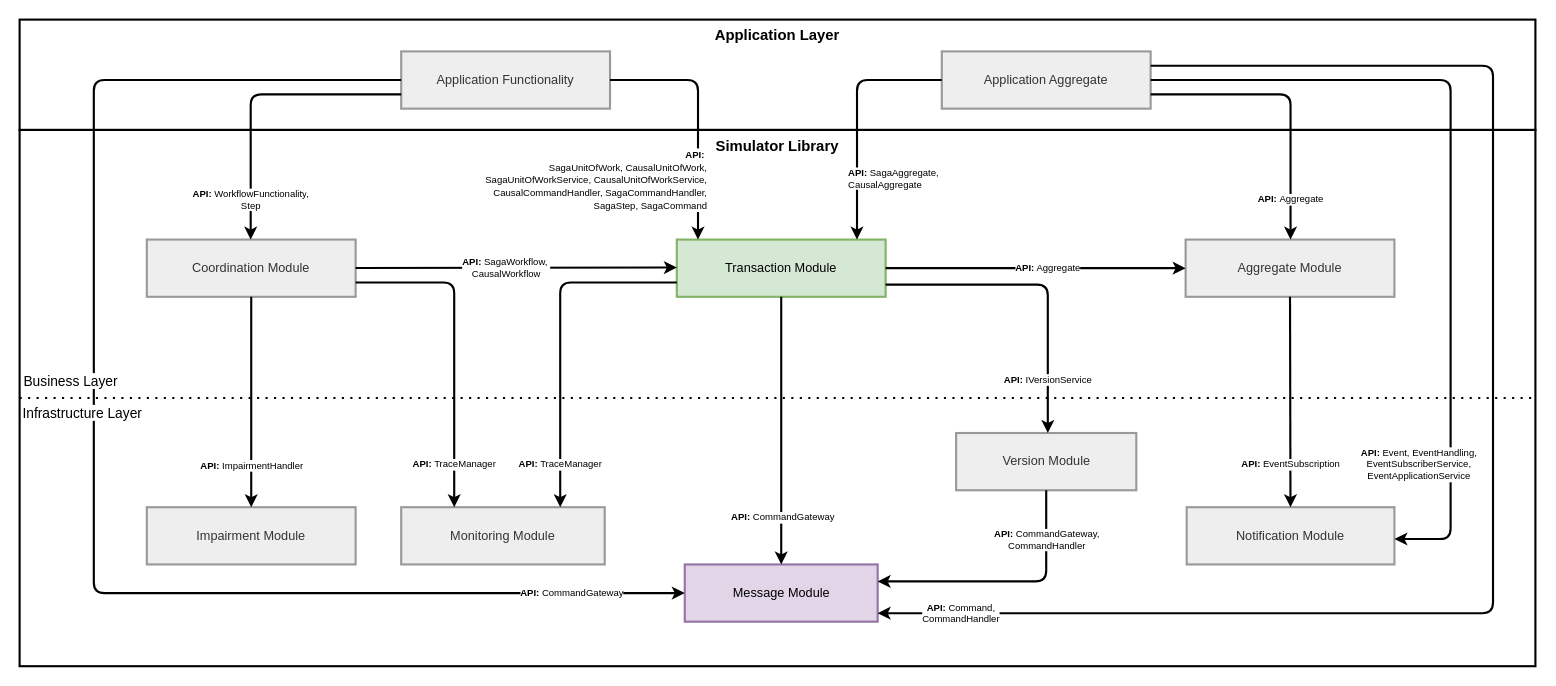
Above: data/figs/architecture/layers/layers_with_apis.drawio in socialsoftware/microservices-simulator (draw.io), before the change. Source tidied: cells renumbered, new cells numbered last; positions are measured from the earlier drawing's top-left corner, leaving out a move shared by most shapes. Both pictures are drawn from the tidied source at 106%, with x=0, y=0 at pixel (19, 19).
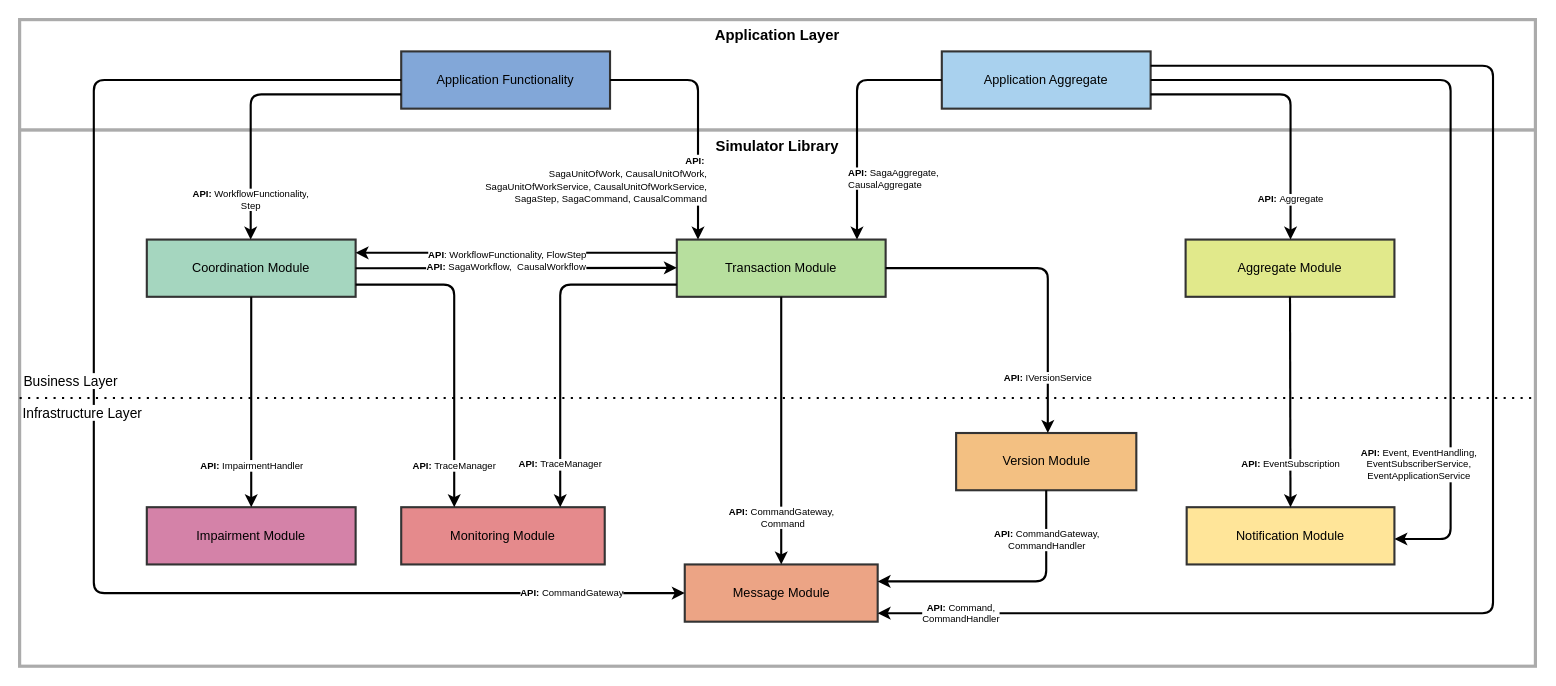
Above is the later version.

Diff of the diagram source:
```diff
@@
-    <mxCell id="2" value="Simulator Library" style="whiteSpace=wrap;strokeWidth=2;verticalAlign=top;textShadow=0;fontStyle=1;fillStyle=auto;fontSize=14;gradientColor=none;rounded=0;glass=0;shadow=0;labelBackgroundColor=none;labelBorderColor=none;" parent="1" vertex="1">
+    <mxCell id="2" value="Simulator Library" style="whiteSpace=wrap;strokeWidth=3;verticalAlign=top;textShadow=0;fontStyle=1;fillStyle=auto;fontSize=14;gradientColor=none;rounded=0;glass=0;shadow=0;labelBackgroundColor=none;labelBorderColor=none;strokeColor=#ABABAB;" parent="1" vertex="1">
       <mxGeometry y="104" width="1430" height="506" as="geometry" />
     </mxCell>
-    <mxCell id="3" value="Application Layer" style="whiteSpace=wrap;strokeWidth=2;verticalAlign=top;fontStyle=1;fontSize=14;labelBorderColor=none;labelBackgroundColor=none;textShadow=0;" parent="1" vertex="1">
+    <mxCell id="3" value="Application Layer" style="whiteSpace=wrap;strokeWidth=3;verticalAlign=top;fontStyle=1;fontSize=14;labelBorderColor=none;labelBackgroundColor=none;textShadow=0;strokeColor=light-dark(#ABABAB,#484848);" parent="1" vertex="1">
       <mxGeometry width="1430" height="104" as="geometry" />
     </mxCell>
-    <mxCell id="4" value="Application Functionality" style="whiteSpace=wrap;strokeWidth=2;fillColor=light-dark(#eeeeee,#1f2020);strokeColor=light-dark(#999999,#cccccc);fontColor=light-dark(#333333,#cccccc);labelBackgroundColor=none;labelBorderColor=none;textShadow=0;" parent="1" vertex="1">
+    <mxCell id="4" value="Application Functionality" style="whiteSpace=wrap;strokeWidth=2;fillColor=#82A7D8;strokeColor=#333333;labelBackgroundColor=none;labelBorderColor=none;textShadow=0;" parent="1" vertex="1">
       <mxGeometry x="360" y="30" width="197" height="54" as="geometry" />
     </mxCell>
-    <mxCell id="5" value="Application Aggregate" style="whiteSpace=wrap;strokeWidth=2;fillColor=light-dark(#eeeeee,#1f2020);strokeColor=light-dark(#999999,#cccccc);fontColor=light-dark(#333333,#cccccc);labelBackgroundColor=none;labelBorderColor=none;textShadow=0;" parent="1" vertex="1">
+    <mxCell id="5" value="Application Aggregate" style="whiteSpace=wrap;strokeWidth=2;fillColor=#A9D1EE;strokeColor=#333333;labelBackgroundColor=none;labelBorderColor=none;textShadow=0;" parent="1" vertex="1">
       <mxGeometry x="870" y="30" width="197" height="54" as="geometry" />
     </mxCell>
-    <mxCell id="6" value="Coordination Module" style="whiteSpace=wrap;strokeWidth=2;fillColor=light-dark(#eeeeee,#1f2020);strokeColor=light-dark(#999999,#cccccc);fontColor=light-dark(#333333,#cccccc);labelBackgroundColor=none;labelBorderColor=none;textShadow=0;" parent="1" vertex="1">
+    <mxCell id="6" value="Coordination Module" style="whiteSpace=wrap;strokeWidth=2;fillColor=#A5D6BF;strokeColor=#333333;labelBackgroundColor=none;labelBorderColor=none;textShadow=0;" parent="1" vertex="1">
       <mxGeometry x="120" y="207.5" width="197" height="54" as="geometry" />
     </mxCell>
+    <mxCell id="33" style="edgeStyle=orthogonalEdgeStyle;rounded=0;jettySize=auto;html=1;strokeWidth=2;" parent="1" edge="1" source="7" target="6">
+      <mxGeometry relative="1" as="geometry">
+        <Array as="points">
+          <mxPoint x="470" y="220" />
+          <mxPoint x="470" y="220" />
+        </Array>
+      </mxGeometry>
+    </mxCell>
+    <mxCell id="34" value="&lt;font style=&quot;font-size: 9px;&quot;&gt;&lt;b&gt;API&lt;/b&gt;: WorkflowFunctionality, FlowStep&lt;/font&gt;" style="edgeLabel;html=1;align=center;verticalAlign=middle;" parent="33" vertex="1">
+      <mxGeometry x="0.06" relative="1" as="geometry" />
+    </mxCell>
-    <mxCell id="7" value="Transaction Module" style="whiteSpace=wrap;strokeWidth=2;fillColor=#d5e8d4;strokeColor=#82b366;labelBackgroundColor=none;labelBorderColor=none;textShadow=0;" parent="1" vertex="1">
+    <mxCell id="7" value="Transaction Module" style="whiteSpace=wrap;strokeWidth=2;fillColor=#B7DF9E;strokeColor=#333333;labelBackgroundColor=none;labelBorderColor=none;textShadow=0;" parent="1" vertex="1">
       <mxGeometry x="620" y="207.5" width="197" height="54" as="geometry" />
     </mxCell>
-    <mxCell id="8" value="Aggregate Module" style="whiteSpace=wrap;strokeWidth=2;fillColor=light-dark(#eeeeee,#1f2020);strokeColor=light-dark(#999999,#cccccc);fontColor=light-dark(#333333,#cccccc);labelBackgroundColor=none;labelBorderColor=none;textShadow=0;" parent="1" vertex="1">
+    <mxCell id="8" value="Aggregate Module" style="whiteSpace=wrap;strokeWidth=2;fillColor=#E1E98B;strokeColor=#333333;labelBackgroundColor=none;labelBorderColor=none;textShadow=0;" parent="1" vertex="1">
       <mxGeometry x="1100" y="207.5" width="197" height="54" as="geometry" />
     </mxCell>
-    <mxCell id="9" value="Monitoring Module" style="whiteSpace=wrap;strokeWidth=2;fillColor=light-dark(#eeeeee,#1f2020);strokeColor=light-dark(#999999,#cccccc);fontColor=light-dark(#333333,#cccccc);labelBackgroundColor=none;labelBorderColor=none;textShadow=0;" parent="1" vertex="1">
+    <mxCell id="9" value="Monitoring Module" style="whiteSpace=wrap;strokeWidth=2;fillColor=#E58A8C;strokeColor=#333333;labelBackgroundColor=none;labelBorderColor=none;textShadow=0;" parent="1" vertex="1">
       <mxGeometry x="360" y="460" width="192" height="54" as="geometry" />
     </mxCell>
-    <mxCell id="10" value="Impairment Module" style="whiteSpace=wrap;strokeWidth=2;fillColor=light-dark(#eeeeee,#1f2020);strokeColor=light-dark(#999999,#cccccc);fontColor=light-dark(#333333,#cccccc);labelBackgroundColor=none;labelBorderColor=none;textShadow=0;" parent="1" vertex="1">
+    <mxCell id="10" value="Impairment Module" style="whiteSpace=wrap;strokeWidth=2;fillColor=#D482A8;strokeColor=#333333;labelBackgroundColor=none;labelBorderColor=none;textShadow=0;" parent="1" vertex="1">
       <mxGeometry x="120" y="460" width="197" height="54" as="geometry" />
     </mxCell>
-    <mxCell id="11" value="Version Module" style="whiteSpace=wrap;strokeWidth=2;fillColor=light-dark(#eeeeee,#1f2020);strokeColor=light-dark(#999999,#cccccc);fontColor=light-dark(#333333,#cccccc);labelBackgroundColor=none;labelBorderColor=none;textShadow=0;" parent="1" vertex="1">
+    <mxCell id="11" value="Version Module" style="whiteSpace=wrap;strokeWidth=2;fillColor=#F3C082;strokeColor=#333333;labelBackgroundColor=none;labelBorderColor=none;textShadow=0;" parent="1" vertex="1">
       <mxGeometry x="883.5" y="390" width="170" height="54" as="geometry" />
     </mxCell>
-    <mxCell id="12" value="Notification Module" style="whiteSpace=wrap;strokeWidth=2;fillColor=light-dark(#eeeeee,#1f2020);strokeColor=light-dark(#999999,#cccccc);fontColor=light-dark(#333333,#cccccc);labelBackgroundColor=none;labelBorderColor=none;textShadow=0;" parent="1" vertex="1">
+    <mxCell id="12" value="Notification Module" style="whiteSpace=wrap;strokeWidth=2;fillColor=#FFE599;strokeColor=#333333;labelBackgroundColor=none;labelBorderColor=none;textShadow=0;" parent="1" vertex="1">
       <mxGeometry x="1101" y="460" width="196" height="54" as="geometry" />
     </mxCell>
-    <mxCell id="13" value="Message Module" style="whiteSpace=wrap;strokeWidth=2;fillColor=#e1d5e7;strokeColor=#9673a6;labelBackgroundColor=none;labelBorderColor=none;textShadow=0;" parent="1" vertex="1">
+    <mxCell id="13" value="Message Module" style="whiteSpace=wrap;strokeWidth=2;fillColor=#ECA485;strokeColor=#333333;labelBackgroundColor=none;labelBorderColor=none;textShadow=0;" parent="1" vertex="1">
       <mxGeometry x="627.5" y="514" width="182" height="54" as="geometry" />
     </mxCell>
@@
-    <mxCell id="15" value="&lt;font style=&quot;font-size: 9px;&quot;&gt;&lt;b&gt;API:&lt;/b&gt;&amp;nbsp;&lt;br&gt;SagaUnitOfWork, CausalUnitOfWork,&lt;br&gt;SagaUnitOfWorkService, CausalUnitOfWorkService,&lt;br&gt;CausalCommandHandler, SagaCommandHandler,&lt;br&gt;SagaStep, SagaCommand&lt;/font&gt;" style="startArrow=none;endArrow=classic;rounded=1;flowAnimation=0;shadow=0;jumpStyle=arc;endFill=1;strokeWidth=2;edgeStyle=orthogonalEdgeStyle;fontSize=10;labelBorderColor=none;labelBackgroundColor=default;align=right;html=1;" parent="1" edge="1" source="4" target="7">
+    <mxCell id="15" value="&lt;font style=&quot;font-size: 9px;&quot;&gt;&lt;b&gt;API:&lt;/b&gt;&amp;nbsp;&lt;br&gt;SagaUnitOfWork, CausalUnitOfWork,&lt;br&gt;SagaUnitOfWorkService, CausalUnitOfWorkService,&lt;br&gt;SagaStep, SagaCommand, CausalCommand&lt;/font&gt;" style="startArrow=none;endArrow=classic;rounded=1;flowAnimation=0;shadow=0;jumpStyle=arc;endFill=1;strokeWidth=2;edgeStyle=orthogonalEdgeStyle;fontSize=10;labelBorderColor=none;labelBackgroundColor=default;align=right;html=1;" parent="1" edge="1" source="4" target="7">
       <mxGeometry x="0.52" y="10" relative="1" as="geometry">
         <Array as="points">
           <mxPoint x="640" y="57" />
         </Array>
       </mxGeometry>
     </mxCell>
@@
-    <mxCell id="21" value="&lt;b&gt;API:&lt;/b&gt; CommandGateway" style="startArrow=none;endArrow=classic;rounded=1;flowAnimation=0;shadow=0;jumpStyle=arc;endFill=1;strokeWidth=2;exitX=0.5;exitY=1;exitDx=0;exitDy=0;fontSize=9;html=1;" parent="1" edge="1" source="7" target="13">
+    <mxCell id="21" value="&lt;b&gt;API:&lt;/b&gt; CommandGateway,&amp;nbsp;&lt;div&gt;Command&lt;/div&gt;" style="startArrow=none;endArrow=classic;rounded=1;flowAnimation=0;shadow=0;jumpStyle=arc;endFill=1;strokeWidth=2;exitX=0.5;exitY=1;exitDx=0;exitDy=0;fontSize=9;html=1;" parent="1" edge="1" source="7" target="13">
       <mxGeometry x="0.65" y="1" relative="1" as="geometry" />
     </mxCell>
@@
-    <mxCell id="24" value="&lt;b&gt;API:&lt;/b&gt; SagaWorkflow,&amp;nbsp;&lt;div&gt;CausalWorkflow&lt;/div&gt;" style="startArrow=none;endArrow=classic;rounded=1;flowAnimation=0;shadow=0;jumpStyle=arc;endFill=1;strokeWidth=2;fontSize=9;html=1;" parent="1" edge="1">
+    <mxCell id="24" value="&lt;b&gt;API:&lt;/b&gt; SagaWorkflow,&amp;nbsp;&amp;nbsp;&lt;span style=&quot;background-color: light-dark(#ffffff, var(--ge-dark-color, #121212)); color: light-dark(rgb(0, 0, 0), rgb(255, 255, 255));&quot;&gt;CausalWorkflow&lt;/span&gt;" style="startArrow=none;endArrow=classic;rounded=1;flowAnimation=0;shadow=0;jumpStyle=arc;endFill=1;strokeWidth=2;fontSize=9;html=1;" parent="1" edge="1">
       <mxGeometry x="-0.06" relative="1" as="geometry">
-        <mxPoint x="317" y="234.3" as="sourcePoint" />
-        <mxPoint x="620" y="233.9" as="targetPoint" />
+        <mxPoint x="317" y="234.6" as="sourcePoint" />
+        <mxPoint x="620" y="234.2" as="targetPoint" />
       </mxGeometry>
     </mxCell>
@@
-    <mxCell id="26" value="&lt;b&gt;API:&lt;/b&gt; TraceManager" style="startArrow=none;endArrow=classic;rounded=1;flowAnimation=0;shadow=0;jumpStyle=arc;exitX=1;exitY=0.75;exitDx=0;exitDy=0;endFill=1;strokeWidth=2;edgeStyle=orthogonalEdgeStyle;fontSize=9;html=1;" parent="1" edge="1" source="6" target="9">
+    <mxCell id="26" value="&lt;b&gt;API:&lt;/b&gt; TraceManager" style="startArrow=none;endArrow=classic;rounded=1;flowAnimation=0;shadow=0;jumpStyle=arc;endFill=1;strokeWidth=2;edgeStyle=orthogonalEdgeStyle;fontSize=9;html=1;" parent="1" edge="1" source="6" target="9">
       <mxGeometry x="0.74" relative="1" as="geometry">
         <Array as="points">
-          <mxPoint x="410" y="248" />
+          <mxPoint x="410" y="250" />
         </Array>
       </mxGeometry>
     </mxCell>
-    <mxCell id="27" value="&lt;b&gt;API:&lt;/b&gt; TraceManager" style="startArrow=none;endArrow=classic;rounded=1;flowAnimation=0;shadow=0;jumpStyle=arc;endFill=1;strokeWidth=2;edgeStyle=orthogonalEdgeStyle;exitX=0;exitY=0.75;exitDx=0;exitDy=0;fontSize=9;html=1;" parent="1" edge="1" source="7" target="9">
+    <mxCell id="27" value="&lt;b&gt;API:&lt;/b&gt; TraceManager" style="startArrow=none;endArrow=classic;rounded=1;flowAnimation=0;shadow=0;jumpStyle=arc;endFill=1;strokeWidth=2;edgeStyle=orthogonalEdgeStyle;fontSize=9;html=1;" parent="1" edge="1" source="7" target="9">
       <mxGeometry x="0.75" relative="1" as="geometry">
         <Array as="points">
-          <mxPoint x="510" y="248" />
+          <mxPoint x="510" y="250" />
         </Array>
       </mxGeometry>
     </mxCell>
     <mxCell id="28" value="&lt;b&gt;API:&lt;/b&gt; IVersionService" style="startArrow=none;endArrow=classic;rounded=1;flowAnimation=0;shadow=0;jumpStyle=arc;endFill=1;strokeWidth=2;edgeStyle=orthogonalEdgeStyle;fontSize=9;html=1;" parent="1" edge="1" source="7" target="11">
       <mxGeometry x="0.66" relative="1" as="geometry">
         <Array as="points">
-          <mxPoint x="970" y="250" />
+          <mxPoint x="970" y="235" />
         </Array>
       </mxGeometry>
     </mxCell>
-    <mxCell id="29" value="&lt;b&gt;API:&lt;/b&gt; Aggregate" style="startArrow=none;endArrow=classic;rounded=1;flowAnimation=0;shadow=0;jumpStyle=arc;endFill=1;strokeWidth=2;exitX=1;exitY=0.5;exitDx=0;exitDy=0;fontSize=9;html=1;" parent="1" edge="1" source="7" target="8">
-      <mxGeometry x="0.08" relative="1" as="geometry" />
-    </mxCell>
```
